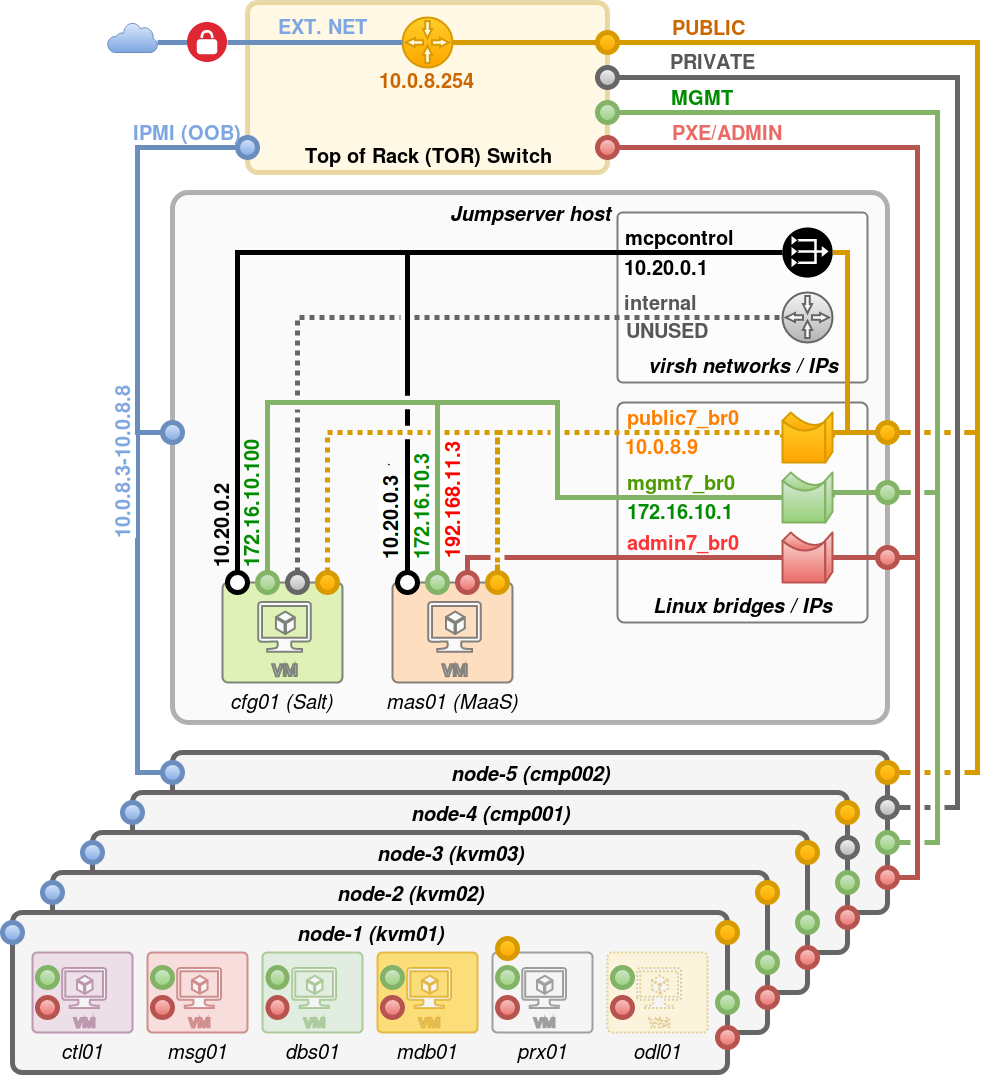
Earlier version of the draw.io export docs/release/installation/img/arm_pod5.png (opnfv/fuel). Source tidied: cells renumbered, new cells last; positions are measured from the earlier drawing's top-left corner, leaving out a move shared by most shapes.
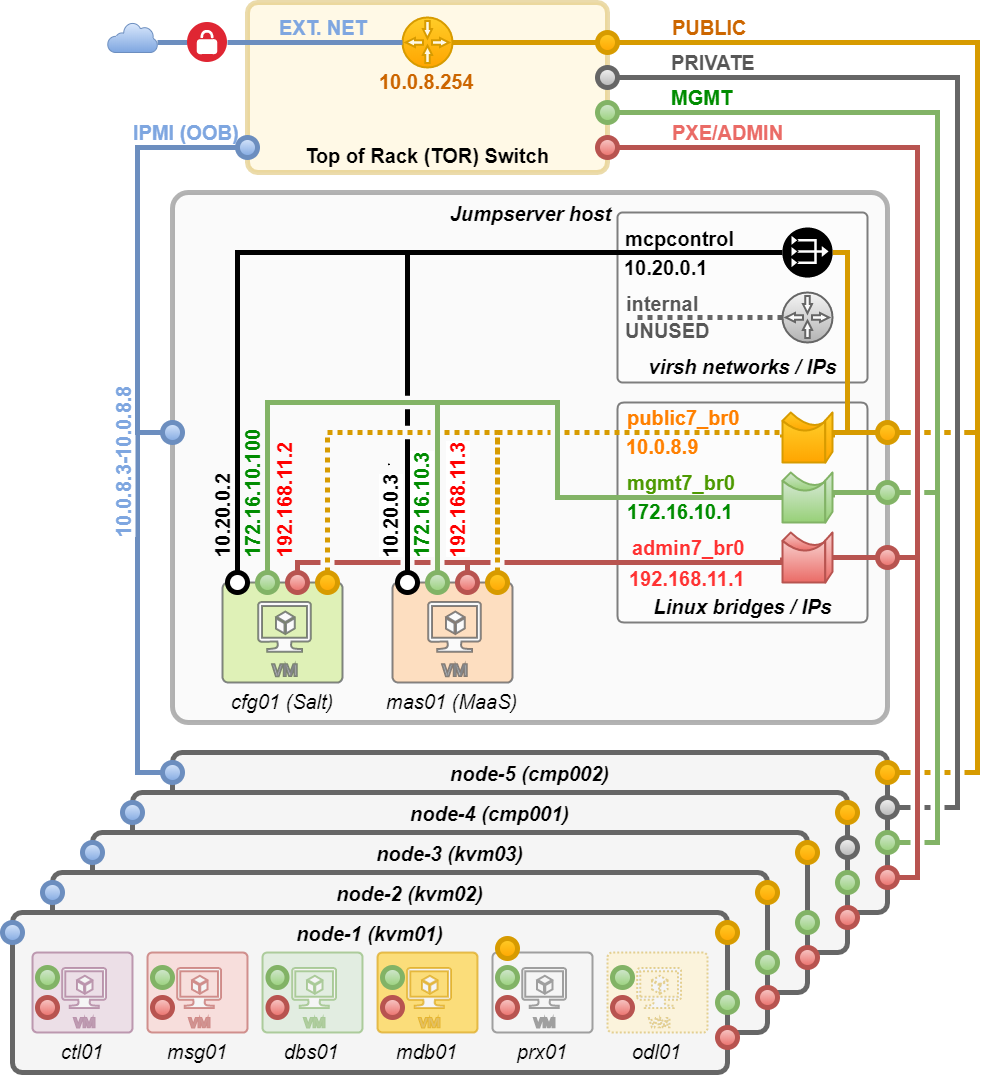
The same diagram one commit later.

What changed in the source:
```diff
@@ -201,7 +201,7 @@
     </mxCell>
     <mxCell id="51" value="&lt;font color=&quot;#008c00&quot;&gt;&lt;b&gt;172.16.10.100&lt;/b&gt;&lt;/font&gt;&lt;br&gt;" style="text;html=1;align=right;verticalAlign=bottom;labelBackgroundColor=none;fontSize=20;fontColor=#000000;horizontal=0;spacingLeft=0;labelPosition=left;verticalLabelPosition=top;spacingTop=0;spacingBottom=2;spacingRight=-100;" parent="50" vertex="1">
       <mxGeometry x="-0.81" y="-1" relative="1" as="geometry">
-        <mxPoint x="-1" y="14" as="offset" />
+        <mxPoint x="-1" y="4" as="offset" />
       </mxGeometry>
     </mxCell>
     <mxCell id="52" style="ellipse;whiteSpace=wrap;html=1;fillColor=#d5e8d4;strokeColor=#82b366;strokeWidth=5;perimeterSpacing=0;gradientColor=#97d077;" parent="1" vertex="1">
@@ -210,7 +210,7 @@
     <mxCell id="53" style="ellipse;whiteSpace=wrap;html=1;fillColor=#ffcd28;strokeColor=#d79b00;strokeWidth=5;perimeterSpacing=0;gradientColor=#ffa500;" parent="1" vertex="1">
       <mxGeometry x="330" y="570" width="20" height="20" as="geometry" />
     </mxCell>
-    <mxCell id="54" style="ellipse;whiteSpace=wrap;html=1;fillColor=#f5f5f5;strokeColor=#666666;strokeWidth=5;perimeterSpacing=0;gradientColor=#b3b3b3;" parent="1" vertex="1">
+    <mxCell id="54" style="ellipse;whiteSpace=wrap;html=1;fillColor=#f8cecc;strokeColor=#b85450;strokeWidth=5;perimeterSpacing=0;gradientColor=#ea6b66;" parent="1" vertex="1">
       <mxGeometry x="300" y="570" width="20" height="20" as="geometry" />
     </mxCell>
     <mxCell id="55" value="&lt;font style=&quot;font-size: 20px&quot;&gt;&lt;i style=&quot;font-weight: normal&quot;&gt;mas01 (MaaS)&lt;/i&gt;&lt;/font&gt;" style="verticalLabelPosition=bottom;html=1;verticalAlign=top;strokeColor=#36393d;fillColor=#ffcc99;shape=mxgraph.azure.virtual_machine;rounded=1;shadow=0;fontSize=14;fontColor=#000000;align=center;labelPosition=center;strokeWidth=2;fontStyle=1;opacity=60;" parent="1" vertex="1">
@@ -230,7 +230,7 @@
     </mxCell>
     <mxCell id="58" value="&lt;font color=&quot;#008c00&quot;&gt;&lt;b&gt;172.16.10.3&lt;/b&gt;&lt;/font&gt;&lt;br&gt;" style="text;html=1;align=center;verticalAlign=middle;labelBackgroundColor=#ffffff;fontSize=20;fontColor=#7EA6E0;horizontal=0;" parent="57" vertex="1">
       <mxGeometry x="-0.75" y="1" relative="1" as="geometry">
-        <mxPoint x="-16" y="10" as="offset" />
+        <mxPoint x="-16" y="8" as="offset" />
       </mxGeometry>
     </mxCell>
     <mxCell id="59" value="&lt;font color=&quot;#008c00&quot;&gt;&lt;b&gt;172.16.10.1&lt;/b&gt;&lt;/font&gt;&lt;br&gt;" style="text;html=1;align=center;verticalAlign=top;labelBackgroundColor=none;fontSize=20;fontColor=#7EA6E0;" parent="57" vertex="1">
@@ -270,13 +270,14 @@
     <mxCell id="66" style="edgeStyle=orthogonalEdgeStyle;rounded=0;jumpStyle=gap;elbow=vertical;html=1;startArrow=none;startFill=0;startSize=0;endArrow=none;endFill=0;endSize=5;jettySize=auto;strokeColor=#b85450;strokeWidth=5;fillColor=#f8cecc;gradientColor=#ea6b66;entryX=0;entryY=0.5;entryPerimeter=0;" parent="1" edge="1" source="69" target="91">
       <mxGeometry relative="1" as="geometry">
         <Array as="points">
-          <mxPoint x="480" y="555" />
+          <mxPoint x="480" y="560" />
+          <mxPoint x="795" y="560" />
         </Array>
       </mxGeometry>
     </mxCell>
     <mxCell id="67" value="&lt;b&gt;&lt;font color=&quot;#ff0000&quot;&gt;192.168.11.3&lt;/font&gt;&lt;/b&gt;" style="text;html=1;align=left;verticalAlign=bottom;labelBackgroundColor=#ffffff;fontSize=20;fontColor=#000000;labelPosition=right;verticalLabelPosition=top;spacingLeft=0;spacingRight=-10;horizontal=0;fontStyle=1;" parent="66" vertex="1">
       <mxGeometry x="0.34" y="-10" relative="1" as="geometry">
-        <mxPoint x="-207" y="-7" as="offset" />
+        <mxPoint x="-207" y="-13" as="offset" />
       </mxGeometry>
     </mxCell>
     <mxCell id="68" value="&lt;b&gt;&lt;font style=&quot;font-size: 20px&quot; color=&quot;#ff3333&quot;&gt;admin7_br0&lt;/font&gt;&lt;/b&gt;" style="text;html=1;align=center;verticalAlign=bottom;labelBackgroundColor=none;fontSize=14;fontColor=#000000;" parent="66" vertex="1">
@@ -284,6 +285,11 @@
         <mxPoint x="-10" y="-6" as="offset" />
       </mxGeometry>
     </mxCell>
+    <mxCell id="125" value="&lt;span&gt;192.168.11.1&lt;/span&gt;" style="text;html=1;align=center;verticalAlign=top;labelBackgroundColor=none;fontSize=20;fontColor=#FF3333;fontStyle=1;" parent="66" vertex="1">
+      <mxGeometry x="0.39" y="-1" relative="1" as="geometry">
+        <mxPoint y="-3" as="offset" />
+      </mxGeometry>
+    </mxCell>
     <mxCell id="69" style="ellipse;whiteSpace=wrap;html=1;fillColor=#f8cecc;strokeColor=#b85450;strokeWidth=5;perimeterSpacing=0;gradientColor=#ea6b66;" parent="1" vertex="1">
       <mxGeometry x="470" y="570" width="20" height="20" as="geometry" />
     </mxCell>
@@ -382,7 +388,7 @@
       </mxGeometry>
     </mxCell>
     <mxCell id="87" value="&lt;font color=&quot;#000000&quot;&gt;10.20.0.2&lt;/font&gt;" style="text;html=1;align=center;verticalAlign=bottom;labelBackgroundColor=none;fontSize=20;fontColor=#000000;horizontal=0;fontStyle=1;spacingBottom=0;spacingLeft=0;" parent="1" vertex="1">
-      <mxGeometry x="252" y="493" as="geometry">
+      <mxGeometry x="252" y="483" as="geometry">
         <mxPoint x="-5" y="-30" as="offset" />
       </mxGeometry>
     </mxCell>
@@ -431,17 +437,9 @@
     </mxCell>
     <mxCell id="98" value="&lt;b&gt;10.20.0.3&lt;/b&gt;" style="text;html=1;align=left;verticalAlign=middle;labelBackgroundColor=#ffffff;fontSize=20;fontColor=#000000;horizontal=0;labelPosition=right;verticalLabelPosition=middle;spacingBottom=46;spacingRight=0;spacingTop=0;spacingLeft=-33;spacing=2;labelBorderColor=none;fontStyle=1;" parent="95" vertex="1">
       <mxGeometry x="-0.81" y="-5" relative="1" as="geometry">
-        <mxPoint y="22" as="offset" />
+        <mxPoint y="20" as="offset" />
       </mxGeometry>
     </mxCell>
-    <mxCell id="99" style="edgeStyle=orthogonalEdgeStyle;rounded=0;jumpStyle=gap;html=1;entryX=0.5;entryY=0;startArrow=none;startFill=0;startSize=0;endArrow=none;endFill=0;endSize=5;jettySize=auto;strokeColor=#000000;strokeWidth=5;" parent="1" edge="1" source="49" target="56">
-      <mxGeometry relative="1" as="geometry">
-        <Array as="points">
-          <mxPoint x="250" y="250" />
-          <mxPoint x="420" y="250" />
-        </Array>
-      </mxGeometry>
-    </mxCell>
     <mxCell id="100" style="ellipse;whiteSpace=wrap;html=1;fillColor=#f8cecc;strokeColor=#b85450;gradientColor=#ea6b66;strokeWidth=5;perimeterSpacing=0;" parent="1" vertex="1">
       <mxGeometry x="770" y="985" width="20" height="20" as="geometry" />
     </mxCell>
@@ -520,21 +518,22 @@
         <mxPoint x="-83" y="-6" as="offset" />
       </mxGeometry>
     </mxCell>
-    <mxCell id="120" style="edgeStyle=orthogonalEdgeStyle;rounded=0;jumpStyle=gap;html=1;exitX=0.5;exitY=0;entryX=0;entryY=0.5;entryPerimeter=0;labelBackgroundColor=none;startArrow=none;startFill=0;startSize=0;endArrow=none;endFill=0;endSize=5;jettySize=auto;strokeColor=#666666;strokeWidth=5;fontSize=20;fontColor=#7EA6E0;align=left;fillColor=#f5f5f5;gradientColor=#b3b3b3;dashed=1;dashPattern=1 1;" parent="1" edge="1" source="54" target="93">
+    <mxCell id="120" style="edgeStyle=orthogonalEdgeStyle;rounded=0;jumpStyle=gap;html=1;entryX=0;entryY=0.5;entryPerimeter=0;labelBackgroundColor=none;startArrow=none;startFill=0;startSize=0;endArrow=none;endFill=0;endSize=5;jettySize=auto;strokeColor=#666666;strokeWidth=5;fontSize=20;fontColor=#7EA6E0;align=left;fillColor=#f5f5f5;gradientColor=#b3b3b3;dashed=1;dashPattern=1 1;" parent="1" edge="1" target="93">
       <mxGeometry relative="1" as="geometry">
+        <mxPoint x="650" y="315" as="sourcePoint" />
         <Array as="points">
-          <mxPoint x="310" y="315" />
+          <mxPoint x="650" y="315" />
         </Array>
       </mxGeometry>
     </mxCell>
     <mxCell id="121" value="&lt;b&gt;&lt;font color=&quot;#575757&quot;&gt;internal&lt;/font&gt;&lt;/b&gt;" style="text;html=1;align=center;verticalAlign=bottom;labelBackgroundColor=none;fontSize=20;fontColor=#7EA6E0;" parent="120" vertex="1">
       <mxGeometry x="0.86" relative="1" as="geometry">
-        <mxPoint x="-69" y="-1" as="offset" />
+        <mxPoint x="-111" y="-1" as="offset" />
       </mxGeometry>
     </mxCell>
     <mxCell id="122" value="&lt;b&gt;&lt;font color=&quot;#575757&quot;&gt;UNUSED&lt;/font&gt;&lt;/b&gt;" style="text;html=1;align=center;verticalAlign=top;labelBackgroundColor=none;fontSize=20;fontColor=#7EA6E0;" parent="120" vertex="1">
       <mxGeometry x="0.89" y="-3" relative="1" as="geometry">
-        <mxPoint x="-74" y="-8" as="offset" />
+        <mxPoint x="-108" y="-8" as="offset" />
       </mxGeometry>
     </mxCell>
     <mxCell id="123" style="shape=mxgraph.cisco.misc.bridge;html=1;dashed=0;fillColor=#ffcd28;strokeColor=#d79b00;strokeWidth=2;verticalLabelPosition=bottom;verticalAlign=top;glass=0;dashPattern=1 1;labelBackgroundColor=none;fontSize=20;fontColor=#7EA6E0;align=left;gradientColor=#ffa500;" parent="1" vertex="1">
@@ -543,5 +542,26 @@
     <mxCell id="124" style="ellipse;whiteSpace=wrap;html=1;fillColor=#d5e8d4;strokeColor=#82b366;strokeWidth=5;perimeterSpacing=0;gradientColor=#97d077;fontStyle=0;" parent="1" vertex="1">
       <mxGeometry x="510" y="965" width="20" height="20" as="geometry" />
     </mxCell>
+    <mxCell id="126" style="edgeStyle=orthogonalEdgeStyle;rounded=0;jumpStyle=gap;html=1;exitX=0.5;exitY=0;entryX=0.5;entryY=0;labelBackgroundColor=none;startArrow=none;startFill=0;startSize=0;endArrow=none;endFill=0;endSize=5;jettySize=auto;strokeColor=#b85450;strokeWidth=5;fontSize=20;fontColor=#7EA6E0;align=left;fillColor=#f8cecc;gradientColor=#ea6b66;" parent="1" edge="1" source="54" target="69">
+      <mxGeometry relative="1" as="geometry">
+        <Array as="points">
+          <mxPoint x="310" y="560" />
+          <mxPoint x="480" y="560" />
+        </Array>
+      </mxGeometry>
+    </mxCell>
+    <mxCell id="127" value="&lt;b&gt;&lt;font color=&quot;#ff0000&quot;&gt;192.168.11.2&lt;/font&gt;&lt;/b&gt;" style="text;html=1;align=center;verticalAlign=middle;labelBackgroundColor=none;fontSize=20;fontColor=#FF3333;horizontal=0;" parent="126" vertex="1">
+      <mxGeometry x="-0.75" relative="1" as="geometry">
+        <mxPoint x="-28" y="-63" as="offset" />
+      </mxGeometry>
+    </mxCell>
+    <mxCell id="99" style="edgeStyle=orthogonalEdgeStyle;rounded=0;jumpStyle=gap;html=1;entryX=0.5;entryY=0;startArrow=none;startFill=0;startSize=0;endArrow=none;endFill=0;endSize=5;jettySize=auto;strokeColor=#000000;strokeWidth=5;" parent="1" edge="1" source="49" target="56">
+      <mxGeometry relative="1" as="geometry">
+        <Array as="points">
+          <mxPoint x="250" y="250" />
+          <mxPoint x="420" y="250" />
+        </Array>
+      </mxGeometry>
+    </mxCell>
   </root>
 </mxGraphModel>
```
